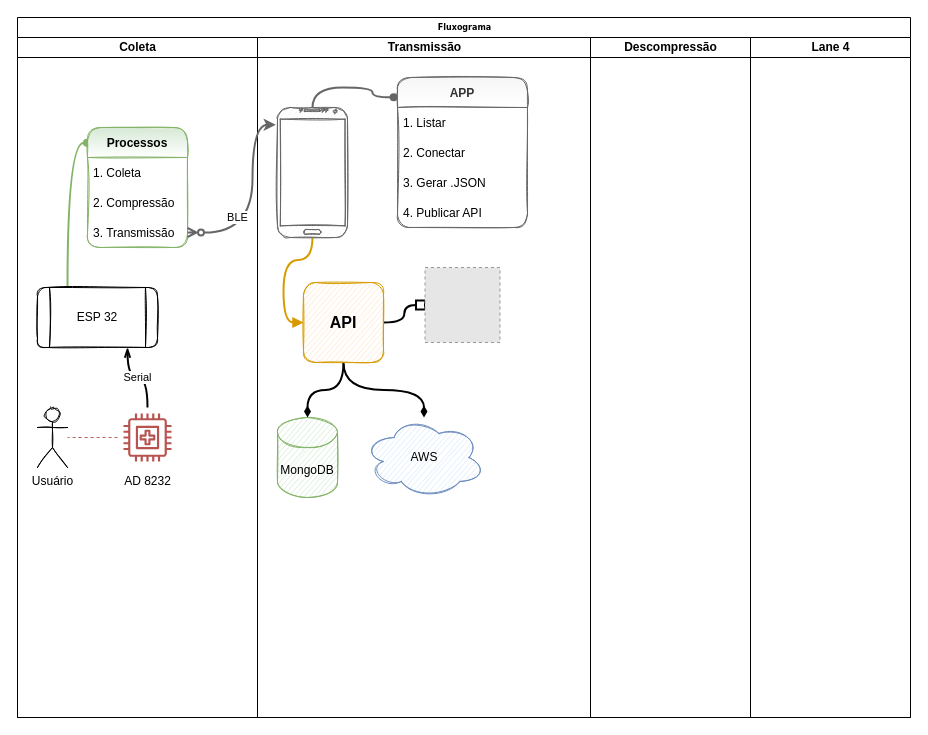
iamcalegari/app-ic keeps this draw.io diagram as Untitled Diagram.drawio. Above is the earlier version. Source tidied: cells renumbered, new cells numbered last; positions are measured from the earlier drawing's top-left corner, leaving out a move shared by most shapes. Both pictures are drawn from the tidied source at 100%, with x=0, y=0 at pixel (17, 17). Pictures stored in the file or linked from it are replaced by grey dashed boxes.
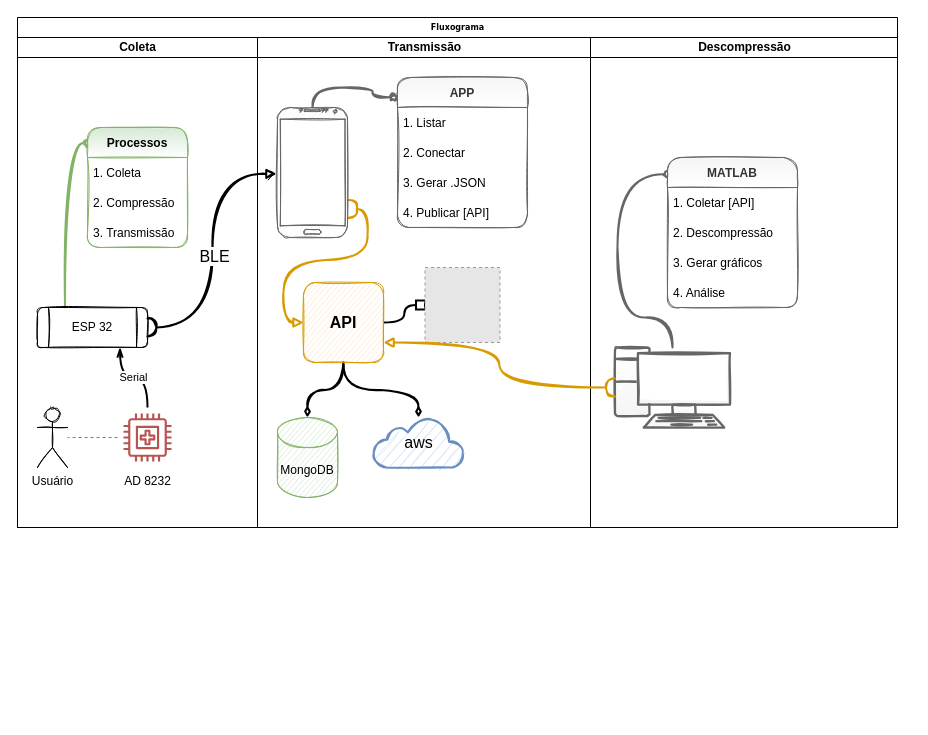
The same page after the edit.

The change refers to these unchanged cells:
```xml
<mxCell id="10" value="Processos" style="swimlane;fontStyle=1;horizontal=1;startSize=30;glass=0;sketch=1;rounded=1;fillColor=#d5e8d4;strokeColor=#82b366;gradientColor=#ffffff;" parent="3" vertex="1">
  <mxGeometry x="70" y="90" width="100" height="120" as="geometry" />
</mxCell>
<mxCell id="13" value="3. Transmissão" style="text;strokeColor=none;fillColor=none;align=left;verticalAlign=middle;spacingLeft=4;spacingRight=4;overflow=hidden;points=[[0,0.5],[1,0.5]];portConstraint=eastwest;" parent="10" vertex="1">
  <mxGeometry y="90" width="100" height="30" as="geometry" />
</mxCell>
<mxCell id="17" style="verticalLabelPosition=bottom;verticalAlign=top;html=1;shadow=0;dashed=0;strokeWidth=1;shape=mxgraph.android.phone2;strokeColor=#666666;rounded=1;glass=0;sketch=1;fillColor=#f5f5f5;fontColor=#333333;" parent="14" vertex="1">
  <mxGeometry x="20" y="70" width="70" height="130" as="geometry" />
</mxCell>
<mxCell id="18" value="MongoDB" style="shape=cylinder3;whiteSpace=wrap;html=1;boundedLbl=1;backgroundOutline=1;size=15;rounded=1;shadow=0;glass=0;sketch=1;fillColor=#d5e8d4;strokeColor=#82b366;" parent="14" vertex="1">
  <mxGeometry x="20" y="380" width="60" height="80" as="geometry" />
</mxCell>
<mxCell id="20" value="APP" style="swimlane;fontStyle=1;horizontal=1;startSize=30;glass=0;sketch=1;rounded=1;fillColor=#f5f5f5;strokeColor=#666666;fontColor=#333333;gradientColor=#ffffff;" parent="14" vertex="1">
  <mxGeometry x="140" y="40" width="130" height="150" as="geometry" />
</mxCell>
<mxCell id="29" value="&lt;font style=&quot;font-size: 16px;&quot;&gt;API&lt;/font&gt;" style="whiteSpace=wrap;html=1;rounded=1;shadow=0;glass=0;sketch=1;fontSize=9;fillColor=#ffe6cc;fontStyle=1;strokeColor=#d79b00;gradientDirection=radial;fillStyle=auto;" parent="14" vertex="1">
  <mxGeometry x="46" y="245" width="80" height="80" as="geometry" />
</mxCell>
```

What changed in the source:
```diff
@@
-    <mxCell id="2" value="Fluxograma" style="swimlane;startSize=20;rounded=0;shadow=0;labelBackgroundColor=none;strokeWidth=1;fontFamily=Verdana;fontSize=8;align=center;html=1;spacing=2;labelPosition=center;verticalLabelPosition=middle;verticalAlign=middle;" parent="1" vertex="1">
-      <mxGeometry width="893" height="700" as="geometry" />
+    <mxCell id="2" value="Fluxograma" style="swimlane;startSize=20;rounded=0;shadow=0;labelBackgroundColor=none;strokeWidth=1;fontFamily=Verdana;fontSize=8;align=center;html=1;spacing=2;labelPosition=center;verticalLabelPosition=middle;verticalAlign=middle;swimlaneFillColor=default;" parent="1" vertex="1">
+      <mxGeometry width="880" height="510" as="geometry" />
     </mxCell>
     <mxCell id="3" value="Coleta" style="swimlane;html=1;startSize=20;" parent="2" vertex="1">
-      <mxGeometry y="20" width="240" height="680" as="geometry" />
+      <mxGeometry y="20" width="240" height="490" as="geometry" />
     </mxCell>
@@
-    <mxCell id="8" style="edgeStyle=orthogonalEdgeStyle;curved=1;jettySize=auto;html=1;exitX=0.25;exitY=0;exitDx=0;exitDy=0;entryX=-0.006;entryY=0.128;entryDx=0;entryDy=0;entryPerimeter=0;endArrow=oval;endFill=1;fillColor=#d5e8d4;strokeColor=#82b366;strokeWidth=2;" parent="3" edge="1" source="9" target="10">
+    <mxCell id="8" style="edgeStyle=orthogonalEdgeStyle;curved=1;jettySize=auto;html=1;exitX=0.25;exitY=0;exitDx=0;exitDy=0;entryX=-0.006;entryY=0.128;entryDx=0;entryDy=0;entryPerimeter=0;endArrow=oval;endFill=1;fillColor=#d5e8d4;strokeColor=#82b366;strokeWidth=2;sketch=1;" parent="3" edge="1" source="9" target="10">
       <mxGeometry relative="1" as="geometry" />
     </mxCell>
     <mxCell id="9" value="ESP 32" style="shape=process;whiteSpace=wrap;html=1;backgroundOutline=1;glass=0;rounded=1;sketch=1;" parent="3" vertex="1">
-      <mxGeometry x="20" y="250" width="120" height="60" as="geometry" />
+      <mxGeometry x="20" y="270" width="110" height="40" as="geometry" />
     </mxCell>
@@
     <mxCell id="14" value="Transmissão" style="swimlane;html=1;startSize=20;" parent="2" vertex="1">
-      <mxGeometry x="240" y="20" width="333" height="680" as="geometry" />
+      <mxGeometry x="240" y="20" width="333" height="490" as="geometry" />
     </mxCell>
-    <mxCell id="15" style="edgeStyle=orthogonalEdgeStyle;curved=1;jettySize=auto;html=1;entryX=-0.03;entryY=0.132;entryDx=0;entryDy=0;fontSize=9;startArrow=none;startFill=0;endArrow=oval;endFill=1;exitX=0.5;exitY=0;exitDx=0;exitDy=0;exitPerimeter=0;entryPerimeter=0;fillColor=#f5f5f5;strokeColor=#666666;strokeWidth=2;" parent="14" edge="1" source="17" target="20">
+    <mxCell id="15" style="edgeStyle=orthogonalEdgeStyle;curved=1;jettySize=auto;html=1;entryX=-0.03;entryY=0.132;entryDx=0;entryDy=0;fontSize=9;startArrow=none;startFill=0;endArrow=oval;endFill=1;exitX=0.5;exitY=0;exitDx=0;exitDy=0;exitPerimeter=0;entryPerimeter=0;fillColor=#f5f5f5;strokeColor=#666666;strokeWidth=2;sketch=1;" parent="14" edge="1" source="17" target="20">
       <mxGeometry relative="1" as="geometry" />
     </mxCell>
-    <mxCell id="16" style="edgeStyle=orthogonalEdgeStyle;curved=1;jettySize=auto;html=1;entryX=0;entryY=0.5;entryDx=0;entryDy=0;fontSize=16;startArrow=none;startFill=0;endArrow=block;endFill=1;sketch=0;strokeWidth=2;fillColor=#ffe6cc;strokeColor=#d79b00;" parent="14" edge="1" source="17" target="29">
+    <mxCell id="16" style="edgeStyle=orthogonalEdgeStyle;curved=1;jettySize=auto;html=1;entryX=0;entryY=0.5;entryDx=0;entryDy=0;fontSize=16;startArrow=halfCircle;startFill=0;endArrow=block;endFill=1;sketch=1;strokeWidth=2;fillColor=#ffe6cc;strokeColor=#d79b00;shadow=0;exitX=1.005;exitY=0.781;exitDx=0;exitDy=0;exitPerimeter=0;" parent="14" edge="1" source="17" target="29">
       <mxGeometry relative="1" as="geometry" />
     </mxCell>
@@
-    <mxCell id="19" value="AWS" style="ellipse;shape=cloud;whiteSpace=wrap;html=1;rounded=1;shadow=0;glass=0;sketch=1;fillColor=#dae8fc;strokeColor=#6c8ebf;" parent="14" vertex="1">
-      <mxGeometry x="106.5" y="380" width="120" height="80" as="geometry" />
-    </mxCell>
@@
-    <mxCell id="24" value="4. Publicar API" style="text;strokeColor=none;fillColor=none;align=left;verticalAlign=middle;spacingLeft=4;spacingRight=4;overflow=hidden;" parent="14" vertex="1">
+    <mxCell id="24" value="4. Publicar [API]" style="text;strokeColor=none;fillColor=none;align=left;verticalAlign=middle;spacingLeft=4;spacingRight=4;overflow=hidden;" parent="14" vertex="1">
       <mxGeometry x="140" y="160" width="130" height="30" as="geometry" />
     </mxCell>
@@
-    <mxCell id="26" style="edgeStyle=orthogonalEdgeStyle;curved=1;sketch=0;jettySize=auto;html=1;exitX=0.5;exitY=1;exitDx=0;exitDy=0;entryX=0.5;entryY=0;entryDx=0;entryDy=0;entryPerimeter=0;fontSize=16;startArrow=none;startFill=0;endArrow=diamondThin;endFill=1;strokeWidth=2;" parent="14" edge="1" source="29" target="18">
+    <mxCell id="26" style="edgeStyle=orthogonalEdgeStyle;curved=1;sketch=1;jettySize=auto;html=1;exitX=0.5;exitY=1;exitDx=0;exitDy=0;entryX=0.5;entryY=0;entryDx=0;entryDy=0;entryPerimeter=0;fontSize=16;startArrow=none;startFill=0;endArrow=diamondThin;endFill=1;strokeWidth=2;" parent="14" edge="1" source="29" target="18">
       <mxGeometry relative="1" as="geometry" />
     </mxCell>
-    <mxCell id="27" style="edgeStyle=orthogonalEdgeStyle;curved=1;sketch=0;jettySize=auto;html=1;exitX=0.5;exitY=1;exitDx=0;exitDy=0;fontSize=16;startArrow=none;startFill=0;endArrow=diamondThin;endFill=1;strokeWidth=2;" parent="14" edge="1" source="29" target="19">
+    <mxCell id="27" style="edgeStyle=orthogonalEdgeStyle;curved=1;sketch=1;jettySize=auto;html=1;exitX=0.5;exitY=1;exitDx=0;exitDy=0;fontSize=16;startArrow=none;startFill=0;endArrow=diamondThin;endFill=1;strokeWidth=2;" parent="14" edge="1" source="29" target="34">
       <mxGeometry relative="1" as="geometry" />
     </mxCell>
@@
+    <mxCell id="34" value="aws" style="html=1;outlineConnect=0;fillColor=#dae8fc;strokeColor=#6c8ebf;gradientDirection=north;strokeWidth=2;shape=mxgraph.networks.cloud;rounded=1;shadow=0;glass=0;sketch=1;fillStyle=auto;fontSize=16;" parent="14" vertex="1">
+      <mxGeometry x="116" y="380" width="90" height="50" as="geometry" />
+    </mxCell>
-    <mxCell id="31" value="Descompressão" style="swimlane;html=1;startSize=20;align=center;" parent="2" vertex="1">
-      <mxGeometry x="573" y="20" width="160" height="680" as="geometry" />
+    <mxCell id="31" value="Descompressão" style="swimlane;html=1;startSize=20;align=center;fillColor=default;gradientColor=none;" parent="2" vertex="1">
+      <mxGeometry x="573" y="20" width="307" height="490" as="geometry" />
     </mxCell>
-    <mxCell id="32" value="Lane 4" style="swimlane;html=1;startSize=20;" parent="2" vertex="1">
-      <mxGeometry x="733" y="20" width="160" height="680" as="geometry" />
-    </mxCell>
+    <mxCell id="35" style="edgeStyle=orthogonalEdgeStyle;curved=1;sketch=1;jettySize=auto;html=1;entryX=0.005;entryY=0.112;entryDx=0;entryDy=0;entryPerimeter=0;shadow=0;fontSize=16;fontColor=#000000;startArrow=none;startFill=0;endArrow=oval;endFill=1;strokeWidth=2;fillColor=#f5f5f5;strokeColor=#666666;" parent="31" edge="1" source="36" target="38">
+      <mxGeometry relative="1" as="geometry">
+        <Array as="points">
+          <mxPoint x="82" y="280" />
+          <mxPoint x="27" y="280" />
+          <mxPoint x="27" y="137" />
+        </Array>
+      </mxGeometry>
+    </mxCell>
+    <mxCell id="36" style="verticalAlign=top;verticalLabelPosition=bottom;labelPosition=center;align=center;html=1;outlineConnect=0;gradientDirection=north;strokeWidth=2;shape=mxgraph.networks.pc;rounded=1;shadow=0;glass=0;sketch=1;fillStyle=auto;fontSize=16;fillColor=#f5f5f5;strokeColor=#666666;fontColor=#333333;gradientColor=#ffffff;" parent="31" vertex="1">
+      <mxGeometry x="24.5" y="310" width="115" height="80" as="geometry" />
+    </mxCell>
+    <mxCell id="37" style="group;" parent="31" vertex="1">
+      <mxGeometry x="77" y="120" width="130" height="150" as="geometry" />
+    </mxCell>
+    <mxCell id="38" value="MATLAB" style="swimlane;fontStyle=1;horizontal=1;startSize=30;glass=0;sketch=1;rounded=1;fillColor=#f5f5f5;strokeColor=#666666;fontColor=#333333;gradientColor=#ffffff;" parent="37" vertex="1">
+      <mxGeometry width="130" height="150" as="geometry" />
+    </mxCell>
+    <mxCell id="39" value="1. Coletar [API]" style="text;strokeColor=none;fillColor=none;align=left;verticalAlign=middle;spacingLeft=4;spacingRight=4;overflow=hidden;" parent="37" vertex="1">
+      <mxGeometry y="30" width="130" height="30" as="geometry" />
+    </mxCell>
+    <mxCell id="40" value="2. Descompressão" style="text;strokeColor=none;fillColor=none;align=left;verticalAlign=middle;spacingLeft=4;spacingRight=4;overflow=hidden;" parent="37" vertex="1">
+      <mxGeometry y="60" width="130" height="30" as="geometry" />
+    </mxCell>
+    <mxCell id="41" value="3. Gerar gráficos" style="text;strokeColor=none;fillColor=none;align=left;verticalAlign=middle;spacingLeft=4;spacingRight=4;overflow=hidden;" parent="37" vertex="1">
+      <mxGeometry y="90" width="130" height="30" as="geometry" />
+    </mxCell>
+    <mxCell id="42" value="4. Análise" style="text;strokeColor=none;fillColor=none;align=left;verticalAlign=middle;spacingLeft=4;spacingRight=4;overflow=hidden;" parent="37" vertex="1">
+      <mxGeometry y="120" width="130" height="30" as="geometry" />
+    </mxCell>
+    <mxCell id="43" style="edgeStyle=orthogonalEdgeStyle;curved=1;sketch=1;jettySize=auto;html=1;exitX=1;exitY=0.5;exitDx=0;exitDy=0;entryX=-0.014;entryY=0.511;entryDx=0;entryDy=0;entryPerimeter=0;fontSize=16;fontColor=#000000;startArrow=halfCircle;startFill=0;endArrow=block;endFill=1;strokeWidth=2;" parent="2" edge="1" source="9" target="17">
+      <mxGeometry relative="1" as="geometry" />
+    </mxCell>
-    <mxCell id="33" value="BLE" style="edgeStyle=orthogonalEdgeStyle;curved=1;jettySize=auto;html=1;entryX=-0.025;entryY=0.133;entryDx=0;entryDy=0;entryPerimeter=0;endArrow=classic;endFill=1;fillColor=#f5f5f5;strokeColor=#666666;startArrow=ERzeroToMany;startFill=0;strokeWidth=2;" parent="2" edge="1" source="13" target="17">
-      <mxGeometry x="-0.49" y="15" relative="1" as="geometry">
-        <Array as="points">
-          <mxPoint x="235" y="215" />
-          <mxPoint x="235" y="107" />
-        </Array>
-      </mxGeometry>
+    <mxCell id="33" value="BLE" style="edgeLabel;html=1;align=center;verticalAlign=middle;fontSize=16;fontColor=#000000;" parent="43" vertex="1">
+      <mxGeometry x="-0.03" y="-1" relative="1" as="geometry" />
     </mxCell>
+    <mxCell id="44" style="edgeStyle=orthogonalEdgeStyle;curved=1;sketch=1;jettySize=auto;html=1;exitX=0;exitY=0.5;exitDx=0;exitDy=0;exitPerimeter=0;entryX=1;entryY=0.75;entryDx=0;entryDy=0;fontSize=16;fontColor=#000000;startArrow=halfCircle;startFill=0;endArrow=block;endFill=1;strokeWidth=2;fillColor=#ffe6cc;strokeColor=#d79b00;" parent="2" edge="1" source="36" target="29">
+      <mxGeometry relative="1" as="geometry" />
+    </mxCell>
```
